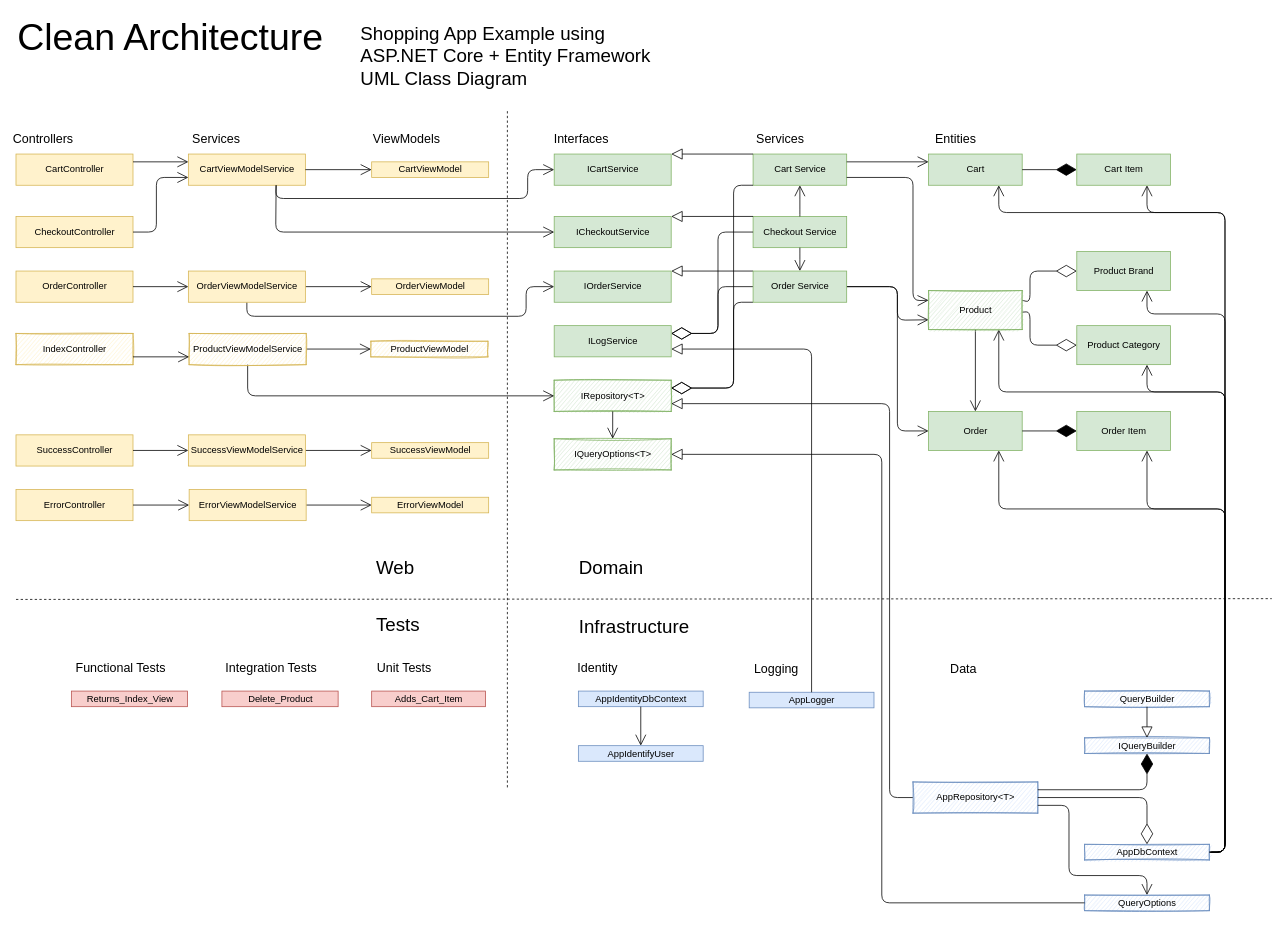
Above: Clean_Architecture_Designs/Shopping_v3.drawio in kdaquila/WoodworkingShop (draw.io), before the change. Source tidied: cells renumbered, new cells numbered last; positions are measured from the earlier drawing's top-left corner, leaving out a move shared by most shapes. Both pictures are drawn from the tidied source at 78%, with x=0, y=0 at pixel (16, 13).
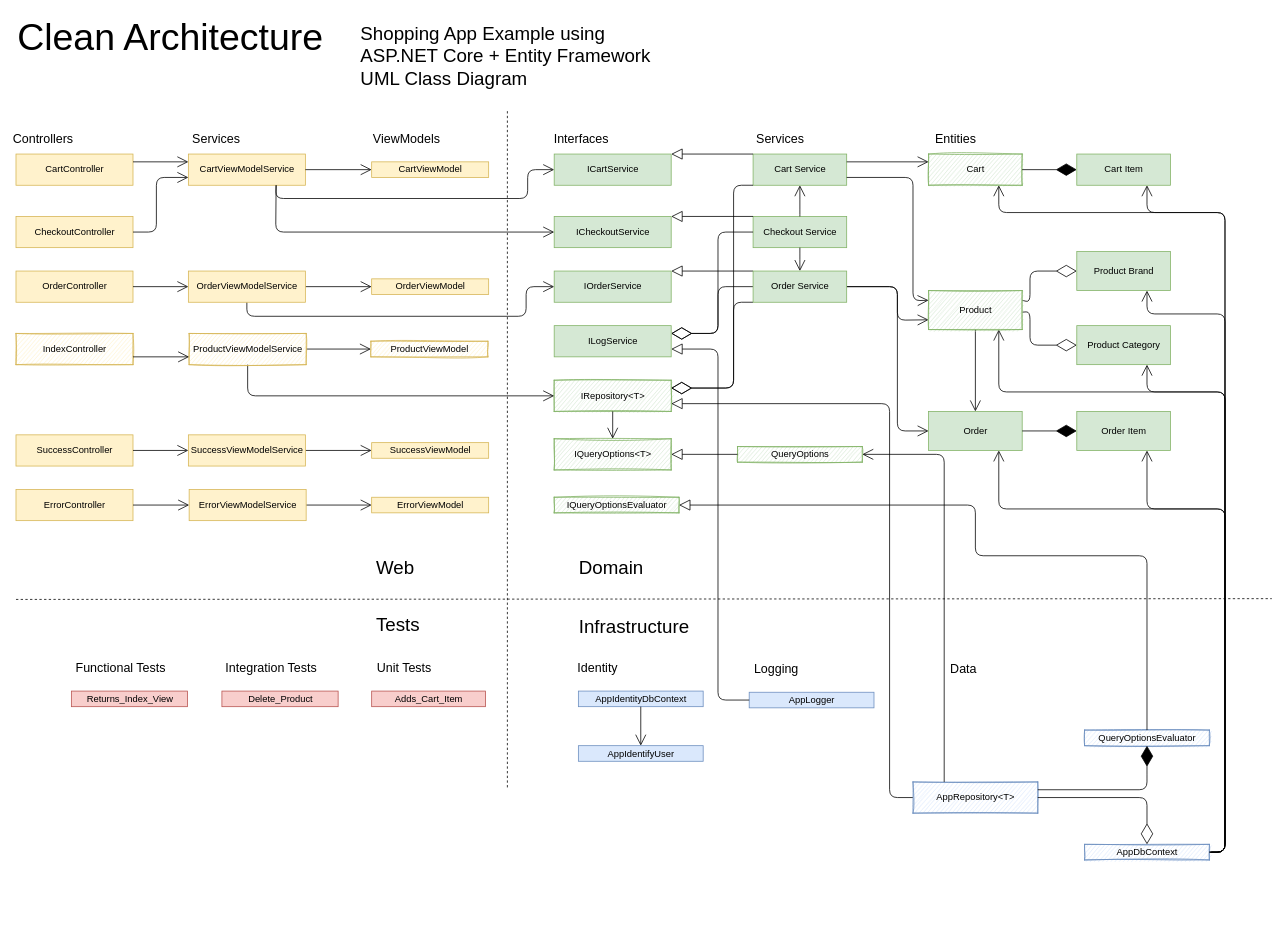
The same page after the edit.

Commit message (it also covers changes not shown here):
Added Cart Service and Tests

Unchanged cells that the change refers to:
```xml
<mxCell id="42" value="AppRepository&amp;lt;T&amp;gt;" style="html=1;fillColor=#dae8fc;strokeColor=#6c8ebf;sketch=1;" parent="1" vertex="1">
  <mxGeometry x="1150" y="985" width="160" height="40" as="geometry" />
</mxCell>
<mxCell id="47" value="ILogService" style="html=1;fillColor=#d5e8d4;strokeColor=#82b366;" parent="1" vertex="1">
  <mxGeometry x="690" y="400" width="150" height="40" as="geometry" />
</mxCell>
<mxCell id="50" value="AppLogger" style="html=1;fillColor=#dae8fc;strokeColor=#6c8ebf;" parent="1" vertex="1">
  <mxGeometry x="940" y="870" width="160" height="20" as="geometry" />
</mxCell>
<mxCell id="104" value="IQueryOptions&amp;lt;T&amp;gt;" style="html=1;fillColor=#d5e8d4;strokeColor=#82b366;glass=0;rounded=0;sketch=1;" parent="1" vertex="1">
  <mxGeometry x="690" y="545" width="150" height="40" as="geometry" />
</mxCell>
```

The edit, as a diff of the source:
```diff
@@
-    <mxCell id="2" value="Cart" style="html=1;fillColor=#d5e8d4;strokeColor=#82b366;" parent="1" vertex="1">
+    <mxCell id="2" value="Cart" style="html=1;fillColor=#d5e8d4;strokeColor=#82b366;sketch=1;" parent="1" vertex="1">
       <mxGeometry x="1170" y="180" width="120" height="40" as="geometry" />
     </mxCell>
@@
-    <mxCell id="51" style="endArrow=block;endFill=0;endSize=12;html=1;entryX=1;entryY=0.75;entryDx=0;entryDy=0;exitX=0.5;exitY=0;exitDx=0;exitDy=0;" parent="1" edge="1" source="50" target="47">
+    <mxCell id="51" style="endArrow=block;endFill=0;endSize=12;html=1;entryX=1;entryY=0.75;entryDx=0;entryDy=0;exitX=0;exitY=0.5;exitDx=0;exitDy=0;" parent="1" edge="1" source="50" target="47">
       <mxGeometry relative="1" as="geometry">
         <Array as="points">
-          <mxPoint x="1020" y="430" />
+          <mxPoint x="900" y="880" />
+          <mxPoint x="900" y="430" />
         </Array>
       </mxGeometry>
     </mxCell>
@@
-    <mxCell id="106" value="QueryOptions" style="html=1;fillColor=#dae8fc;strokeColor=#6c8ebf;sketch=1;" parent="1" vertex="1">
-      <mxGeometry x="1370" y="1130" width="160" height="20" as="geometry" />
+    <mxCell id="106" value="QueryOptions" style="html=1;fillColor=#d5e8d4;strokeColor=#82b366;sketch=1;" parent="1" vertex="1">
+      <mxGeometry x="925" y="555" width="160" height="20" as="geometry" />
     </mxCell>
-    <mxCell id="107" value="IQueryBuilder" style="html=1;fillColor=#dae8fc;strokeColor=#6c8ebf;sketch=1;" parent="1" vertex="1">
-      <mxGeometry x="1370" y="928.5" width="160" height="20" as="geometry" />
+    <mxCell id="107" value="IQueryOptionsEvaluator" style="html=1;fillColor=#d5e8d4;strokeColor=#82b366;sketch=1;" parent="1" vertex="1">
+      <mxGeometry x="690" y="620" width="160" height="20" as="geometry" />
     </mxCell>
-    <mxCell id="108" value="QueryBuilder" style="html=1;fillColor=#dae8fc;strokeColor=#6c8ebf;sketch=1;" parent="1" vertex="1">
-      <mxGeometry x="1370" y="868.5" width="160" height="20" as="geometry" />
+    <mxCell id="108" value="QueryOptionsEvaluator" style="html=1;fillColor=#dae8fc;strokeColor=#6c8ebf;sketch=1;" parent="1" vertex="1">
+      <mxGeometry x="1370" y="918.5" width="160" height="20" as="geometry" />
     </mxCell>
     <mxCell id="109" style="endArrow=block;endFill=0;endSize=12;html=1;entryX=1;entryY=0.5;entryDx=0;entryDy=0;exitX=0;exitY=0.5;exitDx=0;exitDy=0;" parent="1" edge="1" source="106" target="104">
-      <mxGeometry relative="1" as="geometry">
-        <Array as="points">
-          <mxPoint x="1110" y="1140" />
-          <mxPoint x="1110" y="565" />
-        </Array>
-      </mxGeometry>
+      <mxGeometry relative="1" as="geometry" />
     </mxCell>
-    <mxCell id="110" style="endArrow=diamondThin;endFill=1;endSize=24;html=1;exitX=1;exitY=0.25;exitDx=0;exitDy=0;entryX=0.5;entryY=1;entryDx=0;entryDy=0;" parent="1" edge="1" source="42" target="107">
+    <mxCell id="110" style="endArrow=diamondThin;endFill=1;endSize=24;html=1;exitX=1;exitY=0.25;exitDx=0;exitDy=0;entryX=0.5;entryY=1;entryDx=0;entryDy=0;" parent="1" edge="1" source="42" target="108">
       <mxGeometry relative="1" as="geometry">
         <Array as="points">
           <mxPoint x="1450" y="995" />
           <mxPoint x="1450" y="975" />
         </Array>
       </mxGeometry>
     </mxCell>
-    <mxCell id="111" style="endArrow=block;endFill=0;endSize=12;html=1;entryX=0.5;entryY=0;entryDx=0;entryDy=0;exitX=0.5;exitY=1;exitDx=0;exitDy=0;" parent="1" edge="1" source="108" target="107">
-      <mxGeometry relative="1" as="geometry" />
+    <mxCell id="111" style="endArrow=block;endFill=0;endSize=12;html=1;entryX=1;entryY=0.5;entryDx=0;entryDy=0;exitX=0.5;exitY=0;exitDx=0;exitDy=0;" parent="1" edge="1" source="108" target="107">
+      <mxGeometry relative="1" as="geometry">
+        <Array as="points">
+          <mxPoint x="1450" y="695" />
+          <mxPoint x="1230" y="695" />
+          <mxPoint x="1230" y="630" />
+        </Array>
+      </mxGeometry>
     </mxCell>
-    <mxCell id="112" style="endArrow=open;endFill=1;endSize=12;html=1;exitX=1;exitY=0.75;exitDx=0;exitDy=0;entryX=0.5;entryY=0;entryDx=0;entryDy=0;" parent="1" edge="1" source="42" target="106">
+    <mxCell id="112" style="endArrow=open;endFill=1;endSize=12;html=1;exitX=0.25;exitY=0;exitDx=0;exitDy=0;entryX=1;entryY=0.5;entryDx=0;entryDy=0;" parent="1" edge="1" source="42" target="106">
       <mxGeometry relative="1" as="geometry">
         <Array as="points">
-          <mxPoint x="1350" y="1015" />
-          <mxPoint x="1350" y="1105" />
-          <mxPoint x="1450" y="1105" />
+          <mxPoint x="1190" y="565" />
         </Array>
       </mxGeometry>
     </mxCell>
```
